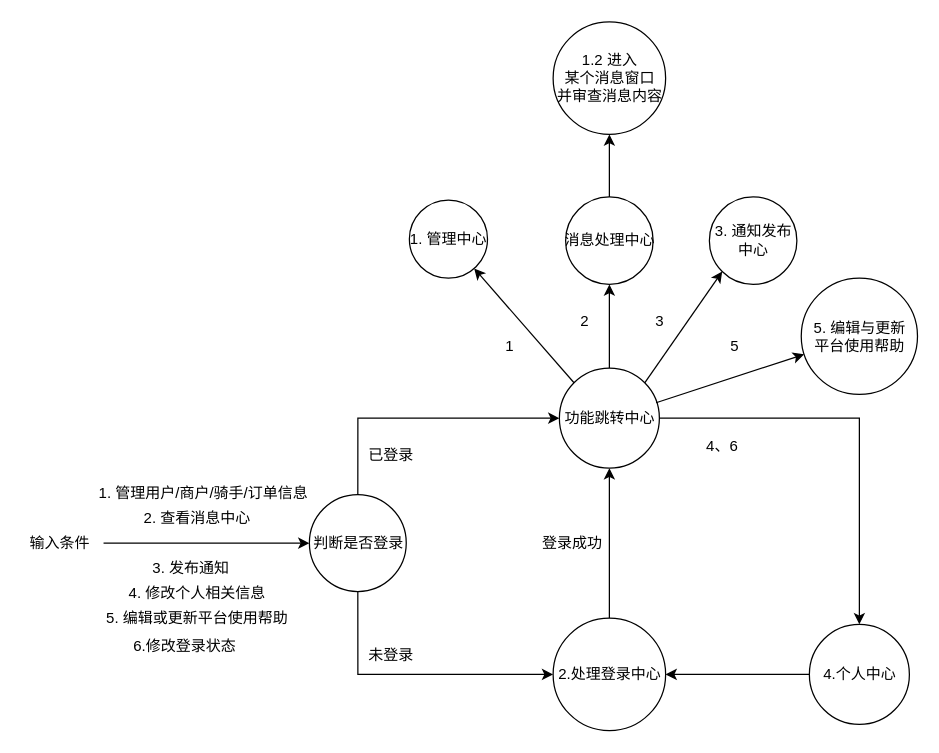
Before: page "1.1 根据条件展示信息" (5 of 13) of Untitled Diagram.drawio in czely/czely.github.io, a draw.io diagram. Source tidied: cells renumbered, new cells numbered last; positions are measured from the earlier drawing's top-left corner, leaving out a move shared by most shapes. Both pictures are drawn from the tidied source at 125%, with x=0, y=0 at pixel (21, 21).
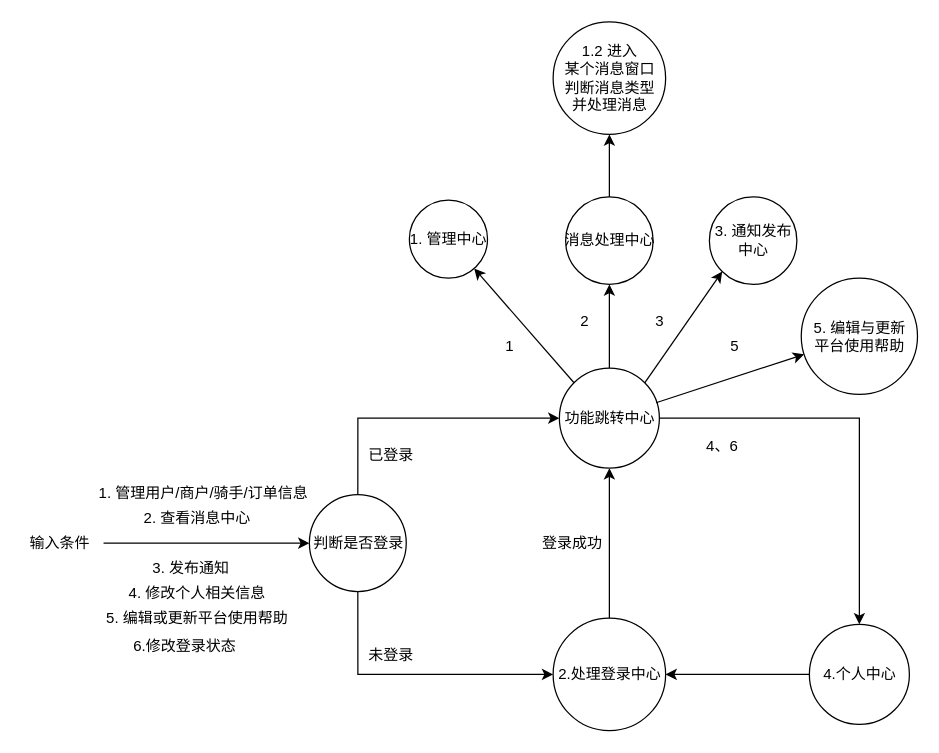
After the change.

The edit, as a diff of the source:
```diff
@@
-    <mxCell id="26" value="&lt;span&gt;1.2 进入&lt;br&gt;某个消息窗口&lt;br&gt;并审查消息内容&lt;/span&gt;" style="shape=ellipse;html=1;dashed=0;whitespace=wrap;perimeter=ellipsePerimeter;" parent="1" vertex="1">
+    <mxCell id="26" value="1.2 进入&lt;br&gt;某个消息窗口&lt;br&gt;判断消息类型&lt;br&gt;并处理消息" style="shape=ellipse;html=1;dashed=0;whitespace=wrap;perimeter=ellipsePerimeter;" parent="1" vertex="1">
       <mxGeometry x="425" width="90" height="90" as="geometry" />
     </mxCell>
```
